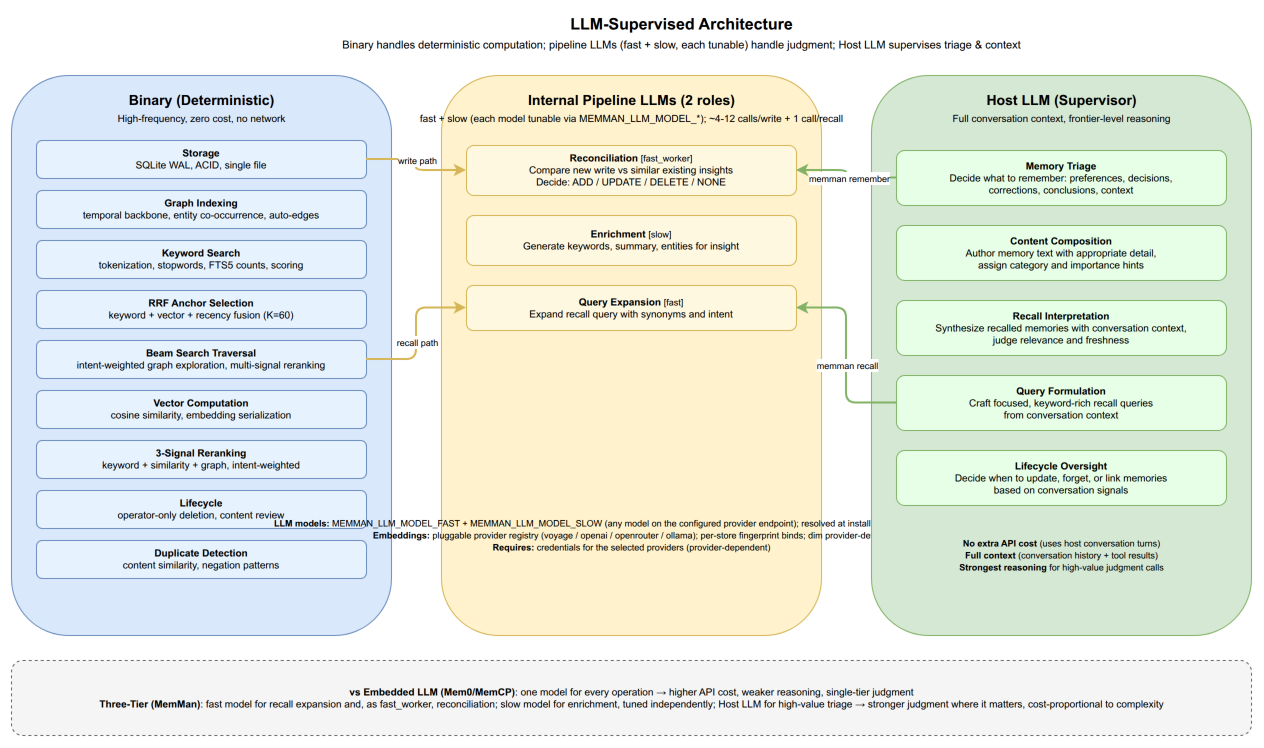
Above: docs/diagrams/05-llm-supervised.drawio.png in bissli/memman (draw.io), before the change. Source tidied: cells renumbered, new cells last; positions are measured from the earlier drawing's top-left corner, leaving out a move shared by most shapes. Its diagram source:
```xml
<mxGraphModel>
  <root>
    <mxCell id="0" />
    <mxCell id="1" parent="0" />
    <mxCell id="2" value="&lt;b&gt;LLM-Supervised Architecture&lt;/b&gt;&lt;br&gt;&lt;font style=&quot;font-size:11px&quot;&gt;Binary handles deterministic computation; pipeline LLMs (fast + slow, each tunable) handle judgment; Host LLM supervises triage &amp;amp; context&lt;/font&gt;" style="text;html=1;align=center;verticalAlign=middle;fontSize=16;strokeColor=none;fillColor=none;" parent="1" vertex="1">
      <mxGeometry x="120" width="1100" height="45" as="geometry" />
    </mxCell>
    <mxCell id="3" style="rounded=1;whiteSpace=wrap;html=1;fillColor=#dae8fc;strokeColor=#6c8ebf;verticalAlign=top;fontSize=11;" parent="1" vertex="1">
      <mxGeometry y="65" width="380" height="560" as="geometry" />
    </mxCell>
    <mxCell id="4" value="&lt;b&gt;Binary (Deterministic)&lt;/b&gt;&lt;br&gt;&lt;font style=&quot;font-size:10px&quot;&gt;High-frequency, zero cost, no network&lt;/font&gt;" style="text;html=1;align=center;fontSize=14;fillColor=none;strokeColor=none;" parent="1" vertex="1">
      <mxGeometry x="25" y="75" width="330" height="40" as="geometry" />
    </mxCell>
    <mxCell id="5" value="&lt;b&gt;Storage&lt;/b&gt;&lt;br&gt;SQLite WAL, ACID, single file" style="rounded=1;whiteSpace=wrap;html=1;fillColor=#E6F3FF;strokeColor=#6c8ebf;fontSize=10;" parent="1" vertex="1">
      <mxGeometry x="25" y="130" width="330" height="38" as="geometry" />
    </mxCell>
    <mxCell id="6" value="&lt;b&gt;Graph Indexing&lt;/b&gt;&lt;br&gt;temporal backbone, entity co-occurrence, auto-edges" style="rounded=1;whiteSpace=wrap;html=1;fillColor=#E6F3FF;strokeColor=#6c8ebf;fontSize=10;" parent="1" vertex="1">
      <mxGeometry x="25" y="180" width="330" height="38" as="geometry" />
    </mxCell>
    <mxCell id="7" value="&lt;b&gt;Keyword Search&lt;/b&gt;&lt;br&gt;tokenization, stopwords, FTS5 counts, scoring" style="rounded=1;whiteSpace=wrap;html=1;fillColor=#E6F3FF;strokeColor=#6c8ebf;fontSize=10;" parent="1" vertex="1">
      <mxGeometry x="25" y="230" width="330" height="38" as="geometry" />
    </mxCell>
    <mxCell id="8" value="&lt;b&gt;RRF Anchor Selection&lt;/b&gt;&lt;br&gt;keyword + vector + recency fusion (K=60)" style="rounded=1;whiteSpace=wrap;html=1;fillColor=#E6F3FF;strokeColor=#6c8ebf;fontSize=10;" parent="1" vertex="1">
      <mxGeometry x="25" y="280" width="330" height="38" as="geometry" />
    </mxCell>
    <mxCell id="9" value="&lt;b&gt;Beam Search Traversal&lt;/b&gt;&lt;br&gt;intent-weighted graph exploration, multi-signal reranking" style="rounded=1;whiteSpace=wrap;html=1;fillColor=#E6F3FF;strokeColor=#6c8ebf;fontSize=10;" parent="1" vertex="1">
      <mxGeometry x="25" y="330" width="330" height="38" as="geometry" />
    </mxCell>
    <mxCell id="10" value="&lt;b&gt;Vector Computation&lt;/b&gt;&lt;br&gt;cosine similarity, embedding serialization" style="rounded=1;whiteSpace=wrap;html=1;fillColor=#E6F3FF;strokeColor=#6c8ebf;fontSize=10;" parent="1" vertex="1">
      <mxGeometry x="25" y="380" width="330" height="38" as="geometry" />
    </mxCell>
    <mxCell id="11" value="&lt;b&gt;3-Signal Reranking&lt;/b&gt;&lt;br&gt;keyword + similarity + graph, intent-weighted" style="rounded=1;whiteSpace=wrap;html=1;fillColor=#E6F3FF;strokeColor=#6c8ebf;fontSize=10;" parent="1" vertex="1">
      <mxGeometry x="25" y="430" width="330" height="38" as="geometry" />
    </mxCell>
    <mxCell id="12" value="&lt;b&gt;Lifecycle&lt;/b&gt;&lt;br&gt;operator-only deletion, content review" style="rounded=1;whiteSpace=wrap;html=1;fillColor=#E6F3FF;strokeColor=#6c8ebf;fontSize=10;" parent="1" vertex="1">
      <mxGeometry x="25" y="480" width="330" height="38" as="geometry" />
    </mxCell>
    <mxCell id="13" value="&lt;b&gt;Duplicate Detection&lt;/b&gt;&lt;br&gt;content similarity, negation patterns" style="rounded=1;whiteSpace=wrap;html=1;fillColor=#E6F3FF;strokeColor=#6c8ebf;fontSize=10;" parent="1" vertex="1">
      <mxGeometry x="25" y="530" width="330" height="38" as="geometry" />
    </mxCell>
    <mxCell id="14" style="rounded=1;whiteSpace=wrap;html=1;fillColor=#fff2cc;strokeColor=#d6b656;verticalAlign=top;fontSize=11;" parent="1" vertex="1">
      <mxGeometry x="430" y="65" width="380" height="560" as="geometry" />
    </mxCell>
    <mxCell id="15" value="&lt;b&gt;Internal Pipeline LLMs (2 roles)&lt;/b&gt;&lt;br&gt;&lt;font style=&quot;font-size:10px&quot;&gt;fast + slow (each model tunable via MEMMAN_LLM_MODEL_*); ~4-12 calls/write + 1 call/recall&lt;/font&gt;" style="text;html=1;align=center;fontSize=14;fillColor=none;strokeColor=none;" parent="1" vertex="1">
      <mxGeometry x="455" y="75" width="330" height="40" as="geometry" />
    </mxCell>
    <mxCell id="16" value="&lt;b&gt;Reconciliation&lt;/b&gt; &lt;font style=&quot;font-size:9px&quot;&gt;[fast_worker]&lt;/font&gt;&lt;br&gt;Compare new write vs similar existing insights&lt;br&gt;Decide: ADD / UPDATE / DELETE / NONE" style="rounded=1;whiteSpace=wrap;html=1;fillColor=#FFF8E1;strokeColor=#d6b656;fontSize=10;" parent="1" vertex="1">
      <mxGeometry x="455" y="135" width="330" height="50" as="geometry" />
    </mxCell>
    <mxCell id="17" value="&lt;b&gt;Enrichment&lt;/b&gt; &lt;font style=&quot;font-size:9px&quot;&gt;[slow]&lt;/font&gt;&lt;br&gt;Generate keywords, summary, entities for insight" style="rounded=1;whiteSpace=wrap;html=1;fillColor=#FFF8E1;strokeColor=#d6b656;fontSize=10;" parent="1" vertex="1">
      <mxGeometry x="455" y="205" width="330" height="50" as="geometry" />
    </mxCell>
    <mxCell id="18" value="&lt;b&gt;Query Expansion&lt;/b&gt; &lt;font style=&quot;font-size:9px&quot;&gt;[fast]&lt;/font&gt;&lt;br&gt;Expand recall query with synonyms and intent" style="rounded=1;whiteSpace=wrap;html=1;fillColor=#FFF8E1;strokeColor=#d6b656;fontSize=10;" parent="1" vertex="1">
      <mxGeometry x="455" y="275" width="330" height="45" as="geometry" />
    </mxCell>
    <mxCell id="19" value="&lt;font style=&quot;font-size:9px&quot;&gt;&lt;b&gt;LLM models:&lt;/b&gt; MEMMAN_LLM_MODEL_FAST + MEMMAN_LLM_MODEL_SLOW (any model on the configured provider endpoint); resolved at install, persisted in ~/.memman/env&lt;br&gt;&lt;b&gt;Embeddings:&lt;/b&gt; pluggable provider registry (voyage / openai / openrouter / ollama); per-store fingerprint binds; dim provider-defined&lt;br&gt;&lt;b&gt;Requires:&lt;/b&gt; credentials for the selected providers (provider-dependent)&lt;/font&gt;" style="text;html=1;align=center;fontSize=10;fillColor=none;strokeColor=none;verticalAlign=middle;" parent="1" vertex="1">
      <mxGeometry x="470" y="500" width="300" height="50" as="geometry" />
    </mxCell>
    <mxCell id="20" style="rounded=1;whiteSpace=wrap;html=1;fillColor=#d5e8d4;strokeColor=#82b366;verticalAlign=top;fontSize=11;" parent="1" vertex="1">
      <mxGeometry x="860" y="65" width="380" height="560" as="geometry" />
    </mxCell>
    <mxCell id="21" value="&lt;b&gt;Host LLM (Supervisor)&lt;/b&gt;&lt;br&gt;&lt;font style=&quot;font-size:10px&quot;&gt;Full conversation context, frontier-level reasoning&lt;/font&gt;" style="text;html=1;align=center;fontSize=14;fillColor=none;strokeColor=none;" parent="1" vertex="1">
      <mxGeometry x="885" y="75" width="330" height="40" as="geometry" />
    </mxCell>
    <mxCell id="22" value="&lt;b&gt;Memory Triage&lt;/b&gt;&lt;br&gt;Decide what to remember: preferences, decisions,&lt;br&gt;corrections, conclusions, context" style="rounded=1;whiteSpace=wrap;html=1;fillColor=#E6FFE6;strokeColor=#82b366;fontSize=10;" parent="1" vertex="1">
      <mxGeometry x="885" y="140" width="330" height="55" as="geometry" />
    </mxCell>
    <mxCell id="23" value="&lt;b&gt;Content Composition&lt;/b&gt;&lt;br&gt;Author memory text with appropriate detail,&lt;br&gt;assign category and importance hints" style="rounded=1;whiteSpace=wrap;html=1;fillColor=#E6FFE6;strokeColor=#82b366;fontSize=10;" parent="1" vertex="1">
      <mxGeometry x="885" y="215" width="330" height="55" as="geometry" />
    </mxCell>
    <mxCell id="24" value="&lt;b&gt;Recall Interpretation&lt;/b&gt;&lt;br&gt;Synthesize recalled memories with conversation context,&lt;br&gt;judge relevance and freshness" style="rounded=1;whiteSpace=wrap;html=1;fillColor=#E6FFE6;strokeColor=#82b366;fontSize=10;" parent="1" vertex="1">
      <mxGeometry x="885" y="290" width="330" height="55" as="geometry" />
    </mxCell>
    <mxCell id="25" value="&lt;b&gt;Query Formulation&lt;/b&gt;&lt;br&gt;Craft focused, keyword-rich recall queries&lt;br&gt;from conversation context" style="rounded=1;whiteSpace=wrap;html=1;fillColor=#E6FFE6;strokeColor=#82b366;fontSize=10;" parent="1" vertex="1">
      <mxGeometry x="885" y="365" width="330" height="55" as="geometry" />
    </mxCell>
    <mxCell id="26" value="&lt;b&gt;Lifecycle Oversight&lt;/b&gt;&lt;br&gt;Decide when to update, forget, or link memories&lt;br&gt;based on conversation signals" style="rounded=1;whiteSpace=wrap;html=1;fillColor=#E6FFE6;strokeColor=#82b366;fontSize=10;" parent="1" vertex="1">
      <mxGeometry x="885" y="440" width="330" height="55" as="geometry" />
    </mxCell>
    <mxCell id="27" value="&lt;font style=&quot;font-size:9px&quot;&gt;&lt;b&gt;No extra API cost&lt;/b&gt; (uses host conversation turns)&lt;br&gt;&lt;b&gt;Full context&lt;/b&gt; (conversation history + tool results)&lt;br&gt;&lt;b&gt;Strongest reasoning&lt;/b&gt; for high-value judgment calls&lt;/font&gt;" style="text;html=1;align=center;fontSize=10;fillColor=none;strokeColor=none;verticalAlign=middle;" parent="1" vertex="1">
      <mxGeometry x="900" y="520" width="300" height="50" as="geometry" />
    </mxCell>
    <mxCell id="28" style="edgeStyle=orthogonalEdgeStyle;rounded=1;strokeColor=#d6b656;strokeWidth=2;exitX=1;exitY=0.5;exitDx=0;exitDy=0;entryX=0;entryY=0.5;entryDx=0;entryDy=0;" parent="1" edge="1" source="5" target="16">
      <mxGeometry relative="1" as="geometry" />
    </mxCell>
    <mxCell id="29" value="&lt;font style=&quot;font-size:9px&quot;&gt;write path&lt;/font&gt;" style="edgeLabel;html=1;align=center;verticalAlign=middle;" parent="28" vertex="1">
      <mxGeometry x="-0.1" relative="1" as="geometry" />
    </mxCell>
    <mxCell id="30" style="edgeStyle=orthogonalEdgeStyle;rounded=1;strokeColor=#d6b656;strokeWidth=2;exitX=1;exitY=0.5;exitDx=0;exitDy=0;entryX=0;entryY=0.5;entryDx=0;entryDy=0;" parent="1" edge="1" source="9" target="18">
      <mxGeometry relative="1" as="geometry" />
    </mxCell>
    <mxCell id="31" value="&lt;font style=&quot;font-size:9px&quot;&gt;recall path&lt;/font&gt;" style="edgeLabel;html=1;align=center;verticalAlign=middle;" parent="30" vertex="1">
      <mxGeometry x="-0.1" relative="1" as="geometry" />
    </mxCell>
    <mxCell id="32" style="edgeStyle=orthogonalEdgeStyle;rounded=1;strokeColor=#82b366;strokeWidth=2;exitX=0;exitY=0.5;exitDx=0;exitDy=0;entryX=1;entryY=0.5;entryDx=0;entryDy=0;" parent="1" edge="1" source="22" target="16">
      <mxGeometry relative="1" as="geometry" />
    </mxCell>
    <mxCell id="33" value="&lt;font style=&quot;font-size:9px&quot;&gt;memman remember&lt;/font&gt;" style="edgeLabel;html=1;align=center;verticalAlign=middle;" parent="32" vertex="1">
      <mxGeometry x="-0.1" relative="1" as="geometry" />
    </mxCell>
    <mxCell id="34" style="edgeStyle=orthogonalEdgeStyle;rounded=1;strokeColor=#82b366;strokeWidth=2;exitX=0;exitY=0.5;exitDx=0;exitDy=0;entryX=1;entryY=0.5;entryDx=0;entryDy=0;" parent="1" edge="1" source="25" target="18">
      <mxGeometry relative="1" as="geometry" />
    </mxCell>
    <mxCell id="35" value="&lt;font style=&quot;font-size:9px&quot;&gt;memman recall&lt;/font&gt;" style="edgeLabel;html=1;align=center;verticalAlign=middle;" parent="34" vertex="1">
      <mxGeometry x="-0.1" relative="1" as="geometry" />
    </mxCell>
    <mxCell id="36" style="rounded=1;whiteSpace=wrap;html=1;fillColor=#f5f5f5;strokeColor=#666666;dashed=1;" parent="1" vertex="1">
      <mxGeometry y="650" width="1240" height="75" as="geometry" />
    </mxCell>
    <mxCell id="37" value="&lt;b&gt;vs Embedded LLM (Mem0/MemCP)&lt;/b&gt;: one model for every operation &amp;rarr; higher API cost, weaker reasoning, single-tier judgment&lt;br&gt;&lt;b&gt;Three-Tier (MemMan)&lt;/b&gt;: fast model for recall expansion and, as fast_worker, reconciliation; slow model for enrichment, tuned independently; Host LLM for high-value triage &amp;rarr; stronger judgment where it matters, cost-proportional to complexity" style="text;html=1;align=center;fontSize=10;fillColor=none;strokeColor=none;verticalAlign=middle;" parent="1" vertex="1">
      <mxGeometry x="20" y="658" width="1200" height="60" as="geometry" />
    </mxCell>
  </root>
</mxGraphModel>
```
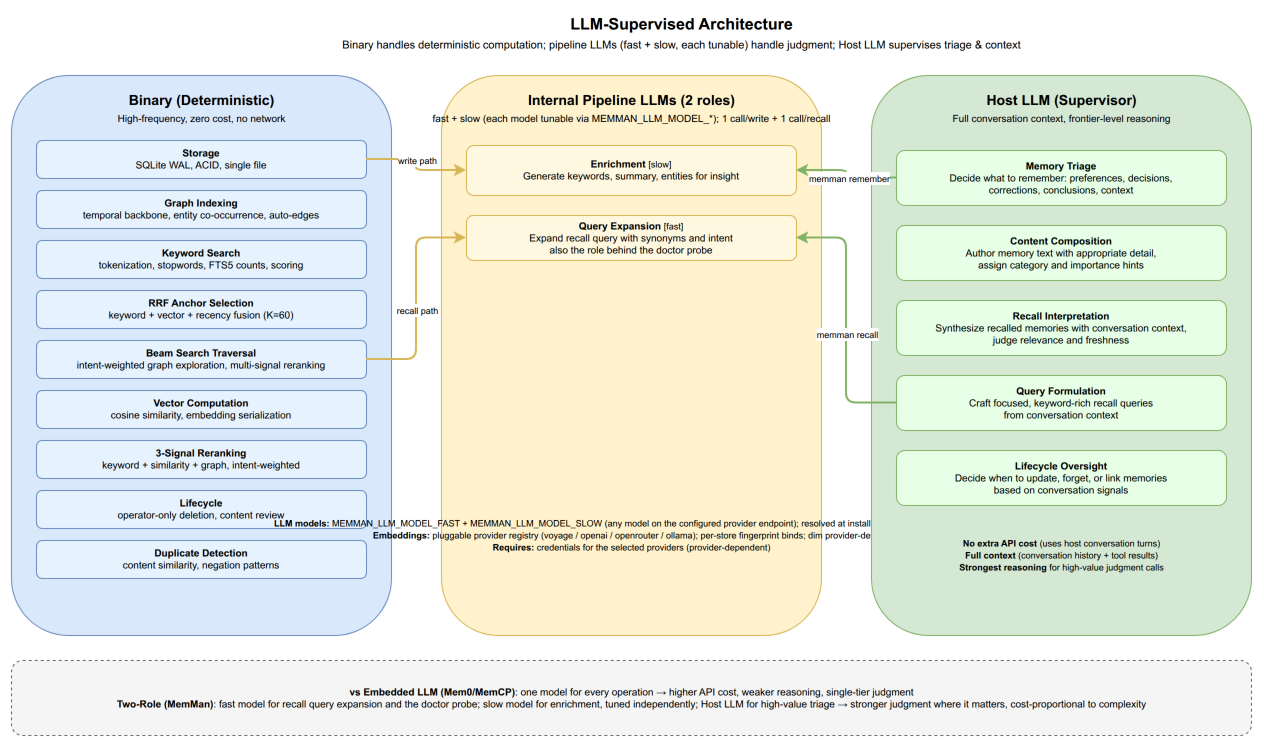
The same file after the commit.

What changed in the source:
```diff
@@ -41,17 +41,14 @@
     <mxCell id="14" style="rounded=1;whiteSpace=wrap;html=1;fillColor=#fff2cc;strokeColor=#d6b656;verticalAlign=top;fontSize=11;" parent="1" vertex="1">
       <mxGeometry x="430" y="65" width="380" height="560" as="geometry" />
     </mxCell>
-    <mxCell id="15" value="&lt;b&gt;Internal Pipeline LLMs (2 roles)&lt;/b&gt;&lt;br&gt;&lt;font style=&quot;font-size:10px&quot;&gt;fast + slow (each model tunable via MEMMAN_LLM_MODEL_*); ~4-12 calls/write + 1 call/recall&lt;/font&gt;" style="text;html=1;align=center;fontSize=14;fillColor=none;strokeColor=none;" parent="1" vertex="1">
+    <mxCell id="15" value="&lt;b&gt;Internal Pipeline LLMs (2 roles)&lt;/b&gt;&lt;br&gt;&lt;font style=&quot;font-size:10px&quot;&gt;fast + slow (each model tunable via MEMMAN_LLM_MODEL_*); 1 call/write + 1 call/recall&lt;/font&gt;" style="text;html=1;align=center;fontSize=14;fillColor=none;strokeColor=none;" parent="1" vertex="1">
       <mxGeometry x="455" y="75" width="330" height="40" as="geometry" />
     </mxCell>
-    <mxCell id="16" value="&lt;b&gt;Reconciliation&lt;/b&gt; &lt;font style=&quot;font-size:9px&quot;&gt;[fast_worker]&lt;/font&gt;&lt;br&gt;Compare new write vs similar existing insights&lt;br&gt;Decide: ADD / UPDATE / DELETE / NONE" style="rounded=1;whiteSpace=wrap;html=1;fillColor=#FFF8E1;strokeColor=#d6b656;fontSize=10;" parent="1" vertex="1">
-      <mxGeometry x="455" y="135" width="330" height="50" as="geometry" />
-    </mxCell>
     <mxCell id="17" value="&lt;b&gt;Enrichment&lt;/b&gt; &lt;font style=&quot;font-size:9px&quot;&gt;[slow]&lt;/font&gt;&lt;br&gt;Generate keywords, summary, entities for insight" style="rounded=1;whiteSpace=wrap;html=1;fillColor=#FFF8E1;strokeColor=#d6b656;fontSize=10;" parent="1" vertex="1">
-      <mxGeometry x="455" y="205" width="330" height="50" as="geometry" />
+      <mxGeometry x="455" y="135" width="330" height="50" as="geometry" />
     </mxCell>
-    <mxCell id="18" value="&lt;b&gt;Query Expansion&lt;/b&gt; &lt;font style=&quot;font-size:9px&quot;&gt;[fast]&lt;/font&gt;&lt;br&gt;Expand recall query with synonyms and intent" style="rounded=1;whiteSpace=wrap;html=1;fillColor=#FFF8E1;strokeColor=#d6b656;fontSize=10;" parent="1" vertex="1">
-      <mxGeometry x="455" y="275" width="330" height="45" as="geometry" />
+    <mxCell id="18" value="&lt;b&gt;Query Expansion&lt;/b&gt; &lt;font style=&quot;font-size:9px&quot;&gt;[fast]&lt;/font&gt;&lt;br&gt;Expand recall query with synonyms and intent&lt;br&gt;also the role behind the doctor probe" style="rounded=1;whiteSpace=wrap;html=1;fillColor=#FFF8E1;strokeColor=#d6b656;fontSize=10;" parent="1" vertex="1">
+      <mxGeometry x="455" y="205" width="330" height="45" as="geometry" />
     </mxCell>
     <mxCell id="19" value="&lt;font style=&quot;font-size:9px&quot;&gt;&lt;b&gt;LLM models:&lt;/b&gt; MEMMAN_LLM_MODEL_FAST + MEMMAN_LLM_MODEL_SLOW (any model on the configured provider endpoint); resolved at install, persisted in ~/.memman/env&lt;br&gt;&lt;b&gt;Embeddings:&lt;/b&gt; pluggable provider registry (voyage / openai / openrouter / ollama); per-store fingerprint binds; dim provider-defined&lt;br&gt;&lt;b&gt;Requires:&lt;/b&gt; credentials for the selected providers (provider-dependent)&lt;/font&gt;" style="text;html=1;align=center;fontSize=10;fillColor=none;strokeColor=none;verticalAlign=middle;" parent="1" vertex="1">
       <mxGeometry x="470" y="500" width="300" height="50" as="geometry" />
@@ -80,7 +77,7 @@
     <mxCell id="27" value="&lt;font style=&quot;font-size:9px&quot;&gt;&lt;b&gt;No extra API cost&lt;/b&gt; (uses host conversation turns)&lt;br&gt;&lt;b&gt;Full context&lt;/b&gt; (conversation history + tool results)&lt;br&gt;&lt;b&gt;Strongest reasoning&lt;/b&gt; for high-value judgment calls&lt;/font&gt;" style="text;html=1;align=center;fontSize=10;fillColor=none;strokeColor=none;verticalAlign=middle;" parent="1" vertex="1">
       <mxGeometry x="900" y="520" width="300" height="50" as="geometry" />
     </mxCell>
-    <mxCell id="28" style="edgeStyle=orthogonalEdgeStyle;rounded=1;strokeColor=#d6b656;strokeWidth=2;exitX=1;exitY=0.5;exitDx=0;exitDy=0;entryX=0;entryY=0.5;entryDx=0;entryDy=0;" parent="1" edge="1" source="5" target="16">
+    <mxCell id="28" style="edgeStyle=orthogonalEdgeStyle;rounded=1;strokeColor=#d6b656;strokeWidth=2;exitX=1;exitY=0.5;exitDx=0;exitDy=0;entryX=0;entryY=0.5;entryDx=0;entryDy=0;" parent="1" edge="1" source="5" target="17">
       <mxGeometry relative="1" as="geometry" />
     </mxCell>
     <mxCell id="29" value="&lt;font style=&quot;font-size:9px&quot;&gt;write path&lt;/font&gt;" style="edgeLabel;html=1;align=center;verticalAlign=middle;" parent="28" vertex="1">
@@ -92,7 +89,7 @@
     <mxCell id="31" value="&lt;font style=&quot;font-size:9px&quot;&gt;recall path&lt;/font&gt;" style="edgeLabel;html=1;align=center;verticalAlign=middle;" parent="30" vertex="1">
       <mxGeometry x="-0.1" relative="1" as="geometry" />
     </mxCell>
-    <mxCell id="32" style="edgeStyle=orthogonalEdgeStyle;rounded=1;strokeColor=#82b366;strokeWidth=2;exitX=0;exitY=0.5;exitDx=0;exitDy=0;entryX=1;entryY=0.5;entryDx=0;entryDy=0;" parent="1" edge="1" source="22" target="16">
+    <mxCell id="32" style="edgeStyle=orthogonalEdgeStyle;rounded=1;strokeColor=#82b366;strokeWidth=2;exitX=0;exitY=0.5;exitDx=0;exitDy=0;entryX=1;entryY=0.5;entryDx=0;entryDy=0;" parent="1" edge="1" source="22" target="17">
       <mxGeometry relative="1" as="geometry" />
     </mxCell>
     <mxCell id="33" value="&lt;font style=&quot;font-size:9px&quot;&gt;memman remember&lt;/font&gt;" style="edgeLabel;html=1;align=center;verticalAlign=middle;" parent="32" vertex="1">
@@ -107,7 +104,7 @@
     <mxCell id="36" style="rounded=1;whiteSpace=wrap;html=1;fillColor=#f5f5f5;strokeColor=#666666;dashed=1;" parent="1" vertex="1">
       <mxGeometry y="650" width="1240" height="75" as="geometry" />
     </mxCell>
-    <mxCell id="37" value="&lt;b&gt;vs Embedded LLM (Mem0/MemCP)&lt;/b&gt;: one model for every operation &amp;rarr; higher API cost, weaker reasoning, single-tier judgment&lt;br&gt;&lt;b&gt;Three-Tier (MemMan)&lt;/b&gt;: fast model for recall expansion and, as fast_worker, reconciliation; slow model for enrichment, tuned independently; Host LLM for high-value triage &amp;rarr; stronger judgment where it matters, cost-proportional to complexity" style="text;html=1;align=center;fontSize=10;fillColor=none;strokeColor=none;verticalAlign=middle;" parent="1" vertex="1">
+    <mxCell id="37" value="&lt;b&gt;vs Embedded LLM (Mem0/MemCP)&lt;/b&gt;: one model for every operation &amp;rarr; higher API cost, weaker reasoning, single-tier judgment&lt;br&gt;&lt;b&gt;Two-Role (MemMan)&lt;/b&gt;: fast model for recall query expansion and the doctor probe; slow model for enrichment, tuned independently; Host LLM for high-value triage &amp;rarr; stronger judgment where it matters, cost-proportional to complexity" style="text;html=1;align=center;fontSize=10;fillColor=none;strokeColor=none;verticalAlign=middle;" parent="1" vertex="1">
       <mxGeometry x="20" y="658" width="1200" height="60" as="geometry" />
     </mxCell>
   </root>
```
